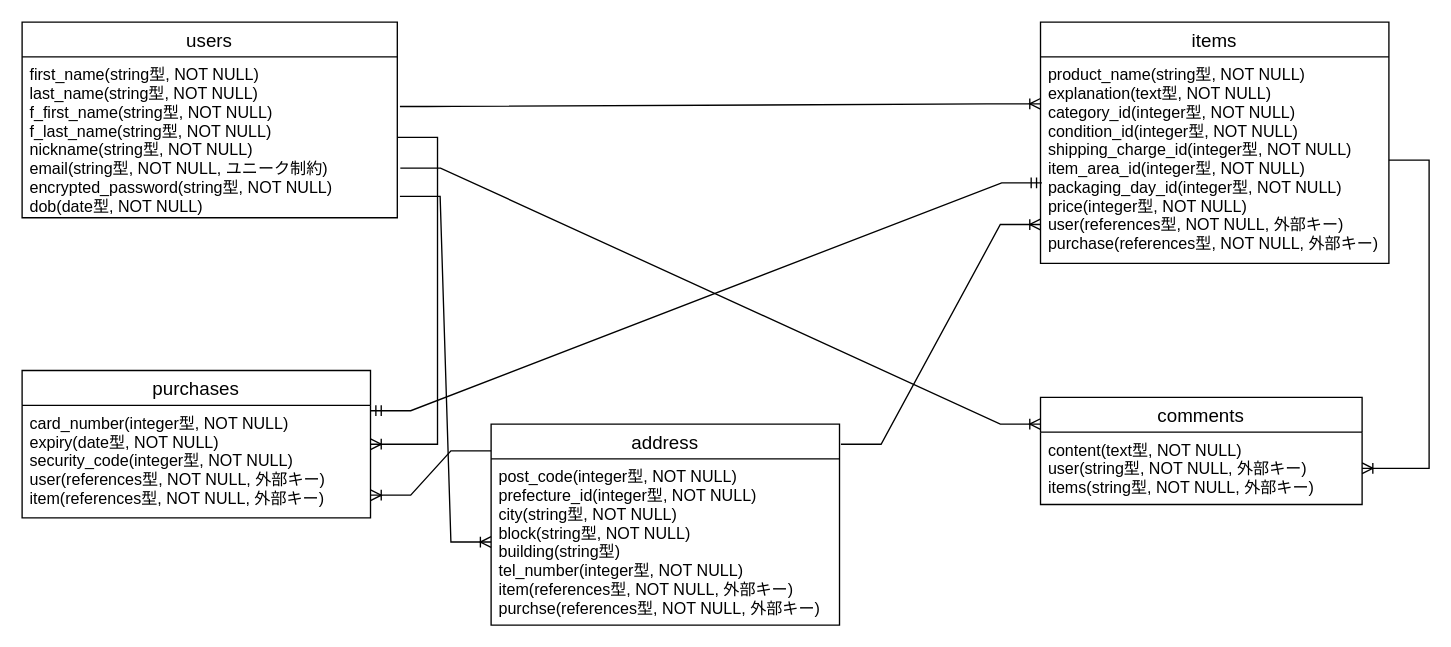
The draw.io diagram ER.dio in taaa0905/furima-37357, before the edit. Source tidied: cells renumbered, new cells numbered last; positions are measured from the earlier drawing's top-left corner, leaving out a move shared by most shapes. Both pictures are drawn from the tidied source at 134%, with x=0, y=0 at pixel (21, 21).
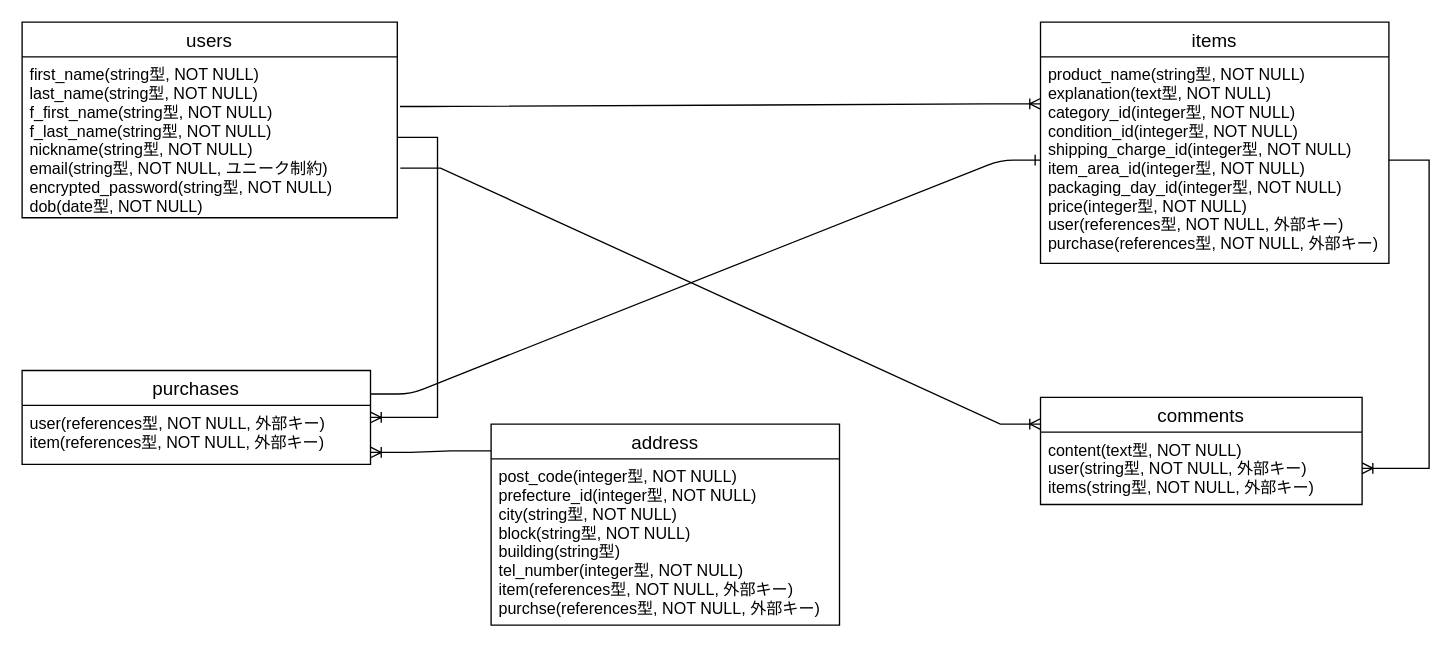
The same page after the edit.

Unchanged cells that the change refers to:
```xml
<mxCell id="3" value="first_name(string型, NOT NULL)&#10;last_name(string型, NOT NULL)&#10;f_first_name(string型, NOT NULL)&#10;f_last_name(string型, NOT NULL)&#10;nickname(string型, NOT NULL)&#10;email(string型, NOT NULL, ユニーク制約)&#10;encrypted_password(string型, NOT NULL)&#10;dob(date型, NOT NULL)" style="text;strokeColor=none;fillColor=none;spacingLeft=4;spacingRight=4;overflow=hidden;points=[[0,0.5],[1,0.5]];portConstraint=eastwest;fontSize=12;" parent="2" vertex="1">
  <mxGeometry y="26" width="280" height="120" as="geometry" />
</mxCell>
<mxCell id="5" value="product_name(string型, NOT NULL)&#10;explanation(text型, NOT NULL)&#10;category_id(integer型, NOT NULL)&#10;condition_id(integer型, NOT NULL)&#10;shipping_charge_id(integer型, NOT NULL)&#10;item_area_id(integer型, NOT NULL)&#10;packaging_day_id(integer型, NOT NULL)&#10;price(integer型, NOT NULL)&#10;user(references型, NOT NULL, 外部キー)&#10;purchase(references型, NOT NULL, 外部キー)&#10;" style="text;strokeColor=none;fillColor=none;spacingLeft=4;spacingRight=4;overflow=hidden;points=[[0,0.5],[1,0.5]];portConstraint=eastwest;fontSize=12;" parent="4" vertex="1">
  <mxGeometry y="26" width="260" height="154" as="geometry" />
</mxCell>
<mxCell id="13" value="address" style="swimlane;fontStyle=0;horizontal=1;startSize=26;align=center;fontSize=14;" parent="1" vertex="1">
  <mxGeometry x="350" y="300" width="260" height="150" as="geometry" />
</mxCell>
<mxCell id="14" value="post_code(integer型, NOT NULL)&#10;prefecture_id(integer型, NOT NULL)&#10;city(string型, NOT NULL)&#10;block(string型, NOT NULL)&#10;building(string型)&#10;tel_number(integer型, NOT NULL)&#10;item(references型, NOT NULL, 外部キー)&#10;purchse(references型, NOT NULL, 外部キー)&#10;" style="text;strokeColor=none;fillColor=none;spacingLeft=4;spacingRight=4;overflow=hidden;points=[[0,0.5],[1,0.5]];portConstraint=eastwest;fontSize=12;" parent="13" vertex="1">
  <mxGeometry y="26" width="260" height="124" as="geometry" />
</mxCell>
```

Diff of the diagram source:
```diff
@@
     <mxCell id="11" value="purchases" style="swimlane;fontStyle=0;horizontal=1;startSize=26;align=center;fontSize=14;" parent="1" vertex="1">
-      <mxGeometry y="260" width="260" height="110" as="geometry" />
+      <mxGeometry y="260" width="260" height="70" as="geometry" />
     </mxCell>
-    <mxCell id="12" value="card_number(integer型, NOT NULL)&#10;expiry(date型, NOT NULL)&#10;security_code(integer型, NOT NULL)&#10;user(references型, NOT NULL, 外部キー)&#10;item(references型, NOT NULL, 外部キー)&#10;" style="text;strokeColor=none;fillColor=none;spacingLeft=4;spacingRight=4;overflow=hidden;points=[[0,0.5],[1,0.5]];portConstraint=eastwest;fontSize=12;" parent="11" vertex="1">
-      <mxGeometry y="26" width="260" height="84" as="geometry" />
+    <mxCell id="12" value="user(references型, NOT NULL, 外部キー)&#10;item(references型, NOT NULL, 外部キー)&#10;" style="text;strokeColor=none;fillColor=none;spacingLeft=4;spacingRight=4;overflow=hidden;points=[[0,0.5],[1,0.5]];portConstraint=eastwest;fontSize=12;" parent="11" vertex="1">
+      <mxGeometry y="26" width="260" height="44" as="geometry" />
     </mxCell>
@@
-    <mxCell id="16" style="edgeStyle=entityRelationEdgeStyle;fontSize=12;html=1;endArrow=ERoneToMany;rounded=0;exitX=1.007;exitY=0.867;exitDx=0;exitDy=0;exitPerimeter=0;" parent="1" edge="1" source="3" target="14">
-      <mxGeometry relative="1" as="geometry" />
-    </mxCell>
-    <mxCell id="17" style="edgeStyle=entityRelationEdgeStyle;fontSize=12;html=1;endArrow=ERmandOne;startArrow=ERmandOne;rounded=0;entryX=0.004;entryY=0.61;entryDx=0;entryDy=0;entryPerimeter=0;" parent="1" edge="1" target="5">
-      <mxGeometry relative="1" as="geometry">
-        <mxPoint x="260" y="290" as="sourcePoint" />
-      </mxGeometry>
-    </mxCell>
@@
-    <mxCell id="19" style="edgeStyle=entityRelationEdgeStyle;fontSize=12;html=1;endArrow=ERoneToMany;rounded=0;entryX=0;entryY=0.812;entryDx=0;entryDy=0;exitX=1.004;exitY=0.1;exitDx=0;exitDy=0;exitPerimeter=0;entryPerimeter=0;" parent="1" edge="1" source="13" target="5">
-      <mxGeometry relative="1" as="geometry" />
-    </mxCell>
+    <mxCell id="20" style="edgeStyle=entityRelationEdgeStyle;fontSize=12;html=1;endArrow=ERone;endFill=1;exitX=1;exitY=0.25;exitDx=0;exitDy=0;entryX=0;entryY=0.5;entryDx=0;entryDy=0;" parent="1" edge="1" source="11" target="5">
+      <mxGeometry relative="1" as="geometry" />
+    </mxCell>
```
